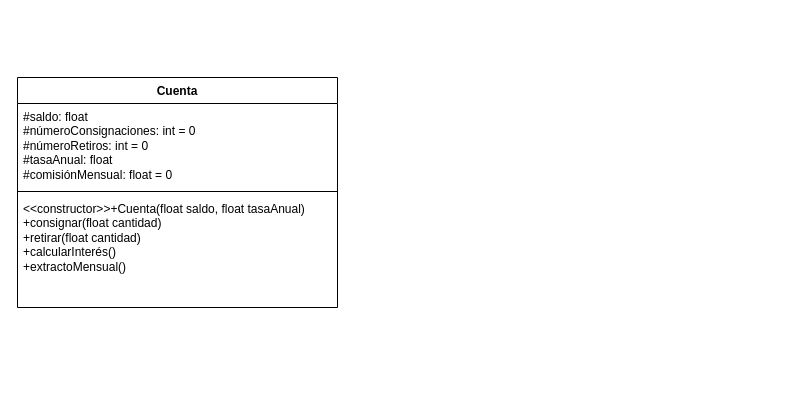
Above: Actividad 3/Ejercicio1_4_1_194/Ejercicio1_4_1_194/Ejercicio1_4_1_194.drawio in luisdico313/poo (draw.io), before the change. Source tidied: cells renumbered, new cells numbered last; positions are measured from the earlier drawing's top-left corner, leaving out a move shared by most shapes. Both pictures are drawn from the tidied source at 100%, with x=0, y=0 at pixel (17, 77).
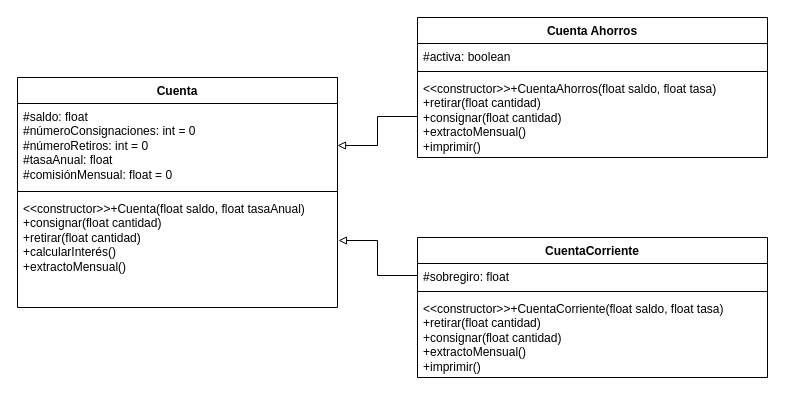
After the change.

What changed in the source:
```diff
@@
 <mxGraphModel>
   <root>
     <mxCell id="0" />
     <mxCell id="1" parent="0" />
     <mxCell id="2" value="Cuenta" style="swimlane;fontStyle=1;align=center;verticalAlign=top;horizontal=1;startSize=26;whiteSpace=wrap;html=1;" parent="1" vertex="1">
       <mxGeometry width="320" height="230" as="geometry" />
     </mxCell>
     <mxCell id="3" value="#saldo: float&lt;div&gt;#númeroConsignaciones: int = 0&lt;/div&gt;&lt;div&gt;#númeroRetiros: int = 0&lt;/div&gt;&lt;div&gt;#tasaAnual: float&lt;/div&gt;&lt;div&gt;#comisiónMensual: float = 0&lt;/div&gt;&lt;div&gt;&lt;br&gt;&lt;/div&gt;" style="text;strokeColor=none;fillColor=none;align=left;verticalAlign=top;spacingLeft=4;spacingRight=4;overflow=hidden;points=[[0,0.5],[1,0.5]];portConstraint=eastwest;whiteSpace=wrap;html=1;" parent="2" vertex="1">
       <mxGeometry y="26" width="320" height="84" as="geometry" />
     </mxCell>
     <mxCell id="4" style="line;strokeWidth=1;fillColor=none;align=left;verticalAlign=middle;spacingTop=-1;spacingLeft=3;spacingRight=3;labelPosition=right;strokeColor=inherit;" parent="2" vertex="1">
       <mxGeometry y="110" width="320" height="8" as="geometry" />
     </mxCell>
     <mxCell id="5" value="&amp;lt;&amp;lt;constructor&amp;gt;&amp;gt;+Cuenta(float saldo, float tasaAnual)&lt;div&gt;+consignar(float cantidad)&lt;/div&gt;&lt;div&gt;+retirar(float cantidad)&lt;/div&gt;&lt;div&gt;+calcularInterés()&lt;/div&gt;&lt;div&gt;+extractoMensual()&lt;/div&gt;&lt;div&gt;&lt;br&gt;&lt;/div&gt;&lt;div&gt;&lt;br&gt;&lt;/div&gt;" style="text;strokeColor=none;fillColor=none;align=left;verticalAlign=top;spacingLeft=4;spacingRight=4;overflow=hidden;points=[[0,0.5],[1,0.5]];portConstraint=eastwest;whiteSpace=wrap;html=1;" parent="2" vertex="1">
       <mxGeometry y="118" width="320" height="112" as="geometry" />
     </mxCell>
+    <mxCell id="6" value="Cuenta Ahorros" style="swimlane;fontStyle=1;align=center;verticalAlign=top;horizontal=1;startSize=26;whiteSpace=wrap;html=1;" parent="1" vertex="1">
+      <mxGeometry x="400" y="-60" width="350" height="140" as="geometry" />
+    </mxCell>
+    <mxCell id="7" value="&lt;div&gt;#activa: boolean&lt;/div&gt;" style="text;strokeColor=none;fillColor=none;align=left;verticalAlign=top;spacingLeft=4;spacingRight=4;overflow=hidden;whiteSpace=wrap;html=1;" parent="6" vertex="1">
+      <mxGeometry y="26" width="350" height="24" as="geometry" />
+    </mxCell>
+    <mxCell id="8" style="line;strokeWidth=1;fillColor=none;align=left;verticalAlign=middle;spacingTop=-1;spacingLeft=3;spacingRight=3;labelPosition=right;strokeColor=inherit;" parent="6" vertex="1">
+      <mxGeometry y="50" width="350" height="8" as="geometry" />
+    </mxCell>
+    <mxCell id="9" value="&amp;lt;&amp;lt;constructor&amp;gt;&amp;gt;+CuentaAhorros(float saldo, float tasa)&lt;div&gt;+retirar(float cantidad)&lt;/div&gt;&lt;div&gt;+consignar(float cantidad)&lt;/div&gt;&lt;div&gt;+extractoMensual()&lt;/div&gt;&lt;div&gt;+imprimir()&lt;/div&gt;&lt;div&gt;&lt;br&gt;&lt;/div&gt;&lt;div&gt;&lt;br&gt;&lt;/div&gt;" style="text;strokeColor=none;fillColor=none;align=left;verticalAlign=top;spacingLeft=4;spacingRight=4;overflow=hidden;points=[[0,0.5],[1,0.5]];portConstraint=eastwest;whiteSpace=wrap;html=1;" parent="6" vertex="1">
+      <mxGeometry y="58" width="350" height="82" as="geometry" />
+    </mxCell>
+    <mxCell id="10" style="edgeStyle=orthogonalEdgeStyle;rounded=0;jettySize=auto;html=1;endArrow=block;endFill=0;" parent="1" edge="1" source="9" target="3">
+      <mxGeometry relative="1" as="geometry" />
+    </mxCell>
+    <mxCell id="11" value="CuentaCorriente" style="swimlane;fontStyle=1;align=center;verticalAlign=top;horizontal=1;startSize=26;whiteSpace=wrap;html=1;" parent="1" vertex="1">
+      <mxGeometry x="400" y="160" width="350" height="140" as="geometry" />
+    </mxCell>
+    <mxCell id="12" value="&lt;div&gt;#sobregiro: float&lt;/div&gt;" style="text;strokeColor=none;fillColor=none;align=left;verticalAlign=top;spacingLeft=4;spacingRight=4;overflow=hidden;points=[[0,0.5],[1,0.5]];portConstraint=eastwest;whiteSpace=wrap;html=1;" parent="11" vertex="1">
+      <mxGeometry y="26" width="350" height="24" as="geometry" />
+    </mxCell>
+    <mxCell id="13" style="line;strokeWidth=1;fillColor=none;align=left;verticalAlign=middle;spacingTop=-1;spacingLeft=3;spacingRight=3;labelPosition=right;strokeColor=inherit;" parent="11" vertex="1">
+      <mxGeometry y="50" width="350" height="8" as="geometry" />
+    </mxCell>
+    <mxCell id="14" value="&amp;lt;&amp;lt;constructor&amp;gt;&amp;gt;+CuentaCorriente(float saldo, float tasa)&lt;div&gt;+retirar(float cantidad)&lt;/div&gt;&lt;div&gt;+consignar(float cantidad)&lt;/div&gt;&lt;div&gt;+extractoMensual()&lt;/div&gt;&lt;div&gt;+imprimir()&lt;/div&gt;&lt;div&gt;&lt;br&gt;&lt;/div&gt;&lt;div&gt;&lt;br&gt;&lt;/div&gt;" style="text;strokeColor=none;fillColor=none;align=left;verticalAlign=top;spacingLeft=4;spacingRight=4;overflow=hidden;whiteSpace=wrap;html=1;" parent="11" vertex="1">
+      <mxGeometry y="58" width="350" height="82" as="geometry" />
+    </mxCell>
+    <mxCell id="15" style="edgeStyle=orthogonalEdgeStyle;rounded=0;jettySize=auto;html=1;entryX=1.003;entryY=0.402;entryDx=0;entryDy=0;entryPerimeter=0;endArrow=block;endFill=0;" parent="1" edge="1" source="12" target="5">
+      <mxGeometry relative="1" as="geometry" />
+    </mxCell>
   </root>
 </mxGraphModel>
```
